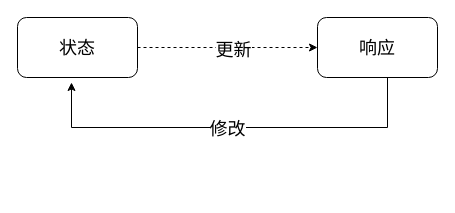
This is page "sample" (1 of 3) of mobx-model.drawio from whinc/pic-bed, a draw.io file, before an edit. Source tidied: cells renumbered, new cells numbered last; positions are measured from the earlier drawing's top-left corner, leaving out a move shared by most shapes. Both pictures are drawn from the tidied source at 100%, with x=0, y=0 at pixel (17, 17).
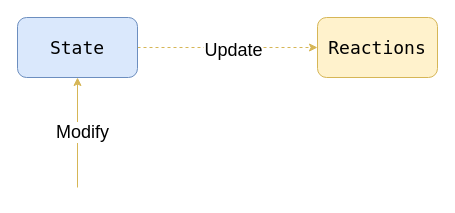
Above is the later version.

What changed in the source:
```diff
@@
 <mxGraphModel>
   <root>
     <mxCell id="0" />
     <mxCell id="1" parent="0" />
-    <mxCell id="2" style="edgeStyle=orthogonalEdgeStyle;rounded=0;jettySize=auto;html=1;exitX=1;exitY=0.5;exitDx=0;exitDy=0;fontFamily=Lucida Console;fontSize=18;dashed=1;" parent="1" edge="1" source="4" target="7">
+    <mxCell id="2" style="edgeStyle=orthogonalEdgeStyle;rounded=0;jettySize=auto;html=1;exitX=1;exitY=0.5;exitDx=0;exitDy=0;fontFamily=Lucida Console;fontSize=18;dashed=1;fillColor=#fff2cc;strokeColor=#d6b656;" parent="1" edge="1" source="4" target="7">
       <mxGeometry relative="1" as="geometry" />
     </mxCell>
-    <mxCell id="3" value="更新" style="text;html=1;align=center;verticalAlign=middle;labelBackgroundColor=#ffffff;fontSize=18;fontFamily=Helvetica;" parent="2" vertex="1">
+    <mxCell id="3" value="Update" style="text;html=1;align=center;verticalAlign=middle;labelBackgroundColor=#ffffff;fontSize=18;fontFamily=Helvetica;" parent="2" vertex="1">
       <mxGeometry x="0.06" y="-2" relative="1" as="geometry" />
     </mxCell>
-    <mxCell id="4" value="状态" style="rounded=1;whiteSpace=wrap;html=1;fontFamily=Lucida Console;fontSize=18;" parent="1" vertex="1">
+    <mxCell id="4" value="State" style="rounded=1;whiteSpace=wrap;html=1;fontFamily=Lucida Console;fontSize=18;fillColor=#dae8fc;strokeColor=#6c8ebf;" parent="1" vertex="1">
       <mxGeometry width="120" height="60" as="geometry" />
     </mxCell>
-    <mxCell id="5" style="edgeStyle=orthogonalEdgeStyle;rounded=0;jettySize=auto;html=1;entryX=0.45;entryY=1.083;entryDx=0;entryDy=0;entryPerimeter=0;fontFamily=Lucida Console;fontSize=18;" parent="1" edge="1" source="7" target="4">
-      <mxGeometry relative="1" as="geometry">
-        <Array as="points">
-          <mxPoint x="370" y="110" />
-          <mxPoint x="54" y="110" />
-        </Array>
-      </mxGeometry>
-    </mxCell>
-    <mxCell id="6" value="修改" style="text;html=1;align=center;verticalAlign=middle;labelBackgroundColor=#ffffff;fontSize=18;fontFamily=Lucida Console;" parent="5" vertex="1">
-      <mxGeometry x="-0.12" y="2" relative="1" as="geometry">
-        <mxPoint x="-30" y="-2" as="offset" />
-      </mxGeometry>
-    </mxCell>
-    <mxCell id="7" value="响应" style="rounded=1;whiteSpace=wrap;html=1;fontFamily=Lucida Console;fontSize=18;" parent="1" vertex="1">
+    <mxCell id="7" value="Reactions" style="rounded=1;whiteSpace=wrap;html=1;fontFamily=Lucida Console;fontSize=18;fillColor=#fff2cc;strokeColor=#d6b656;" parent="1" vertex="1">
       <mxGeometry x="300" width="120" height="60" as="geometry" />
     </mxCell>
+    <mxCell id="8" style="endArrow=classic;html=1;fontFamily=Helvetica;fontSize=18;entryX=0.5;entryY=1;entryDx=0;entryDy=0;fillColor=#fff2cc;strokeColor=#d6b656;" parent="1" edge="1" target="4">
+      <mxGeometry relative="1" as="geometry">
+        <mxPoint x="60" y="170" as="sourcePoint" />
+      </mxGeometry>
+    </mxCell>
+    <mxCell id="9" value="Modify" style="text;html=1;align=center;verticalAlign=middle;labelBackgroundColor=#ffffff;fontSize=18;fontFamily=Helvetica;" parent="8" vertex="1">
+      <mxGeometry x="0.02" y="-4" relative="1" as="geometry" />
+    </mxCell>
   </root>
 </mxGraphModel>
```
